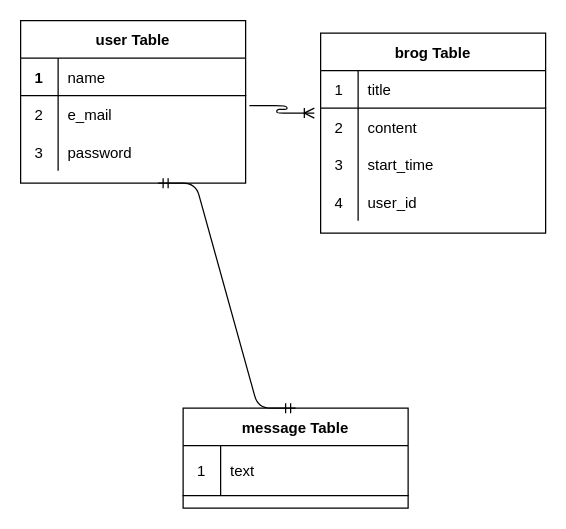
Ogata0919/chokinomikuji keeps this draw.io diagram as test.dio. Above is the earlier version. Source tidied: cells renumbered, new cells numbered last; positions are measured from the earlier drawing's top-left corner, leaving out a move shared by most shapes. Both pictures are drawn from the tidied source at 125%, with x=0, y=0 at pixel (20, 20).
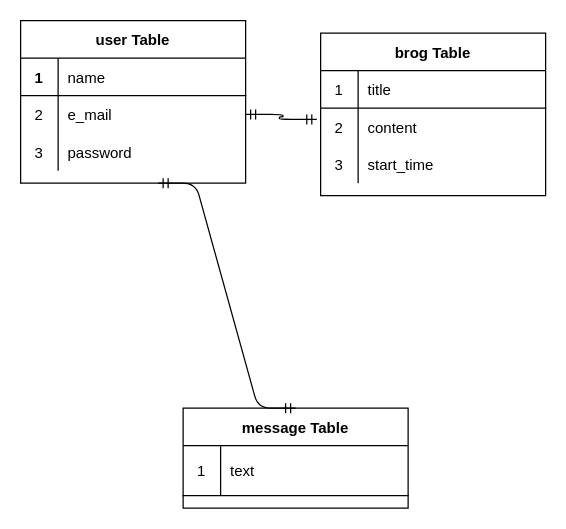
The same page after the edit.

Unchanged cells that the change refers to:
```xml
<mxCell id="6" style="shape=partialRectangle;fillColor=none;top=0;left=0;bottom=0;right=0;points=[[0,0.5],[1,0.5]];portConstraint=eastwest;" parent="2" vertex="1">
  <mxGeometry y="60" width="180" height="30" as="geometry" />
</mxCell>
<mxCell id="16" style="shape=partialRectangle;fillColor=none;top=0;left=0;bottom=0;right=0;points=[[0,0.5],[1,0.5]];portConstraint=eastwest;" parent="12" vertex="1">
  <mxGeometry y="60" width="180" height="30" as="geometry" />
</mxCell>
```

The edit, as a diff of the source:
```diff
@@
     <mxCell id="12" value="brog Table" style="shape=table;startSize=30;childLayout=tableLayout;rowLines=0;fontStyle=1;align=center;" parent="1" vertex="1">
-      <mxGeometry x="240" y="10" width="180" height="160" as="geometry" />
+      <mxGeometry x="240" y="10" width="180" height="130" as="geometry" />
     </mxCell>
@@
-    <mxCell id="22" style="shape=partialRectangle;fillColor=none;top=0;left=0;bottom=0;right=0;" parent="12" vertex="1">
-      <mxGeometry y="120" width="180" height="30" as="geometry" />
-    </mxCell>
-    <mxCell id="23" value="4" style="shape=partialRectangle;fillColor=none;top=0;left=0;bottom=0;right=0;overflow=hidden;" parent="22" vertex="1">
-      <mxGeometry width="30" height="30" as="geometry" />
-    </mxCell>
-    <mxCell id="24" value="user_id" style="shape=partialRectangle;fillColor=none;top=0;left=0;bottom=0;right=0;align=left;spacingLeft=6;overflow=hidden;" parent="22" vertex="1">
-      <mxGeometry x="30" width="150" height="30" as="geometry" />
-    </mxCell>
@@
-    <mxCell id="30" style="edgeStyle=entityRelationEdgeStyle;fontSize=12;html=1;endArrow=ERoneToMany;exitX=1.017;exitY=0.267;exitDx=0;exitDy=0;exitPerimeter=0;entryX=-0.028;entryY=0.133;entryDx=0;entryDy=0;entryPerimeter=0;" parent="1" edge="1" source="6" target="16">
+    <mxCell id="30" style="edgeStyle=entityRelationEdgeStyle;fontSize=12;html=1;endArrow=ERmandOne;startArrow=ERmandOne;exitX=1;exitY=0.5;exitDx=0;exitDy=0;entryX=-0.017;entryY=0.3;entryDx=0;entryDy=0;entryPerimeter=0;" parent="1" edge="1" source="6" target="16">
       <mxGeometry relative="1" as="geometry" />
     </mxCell>
```
